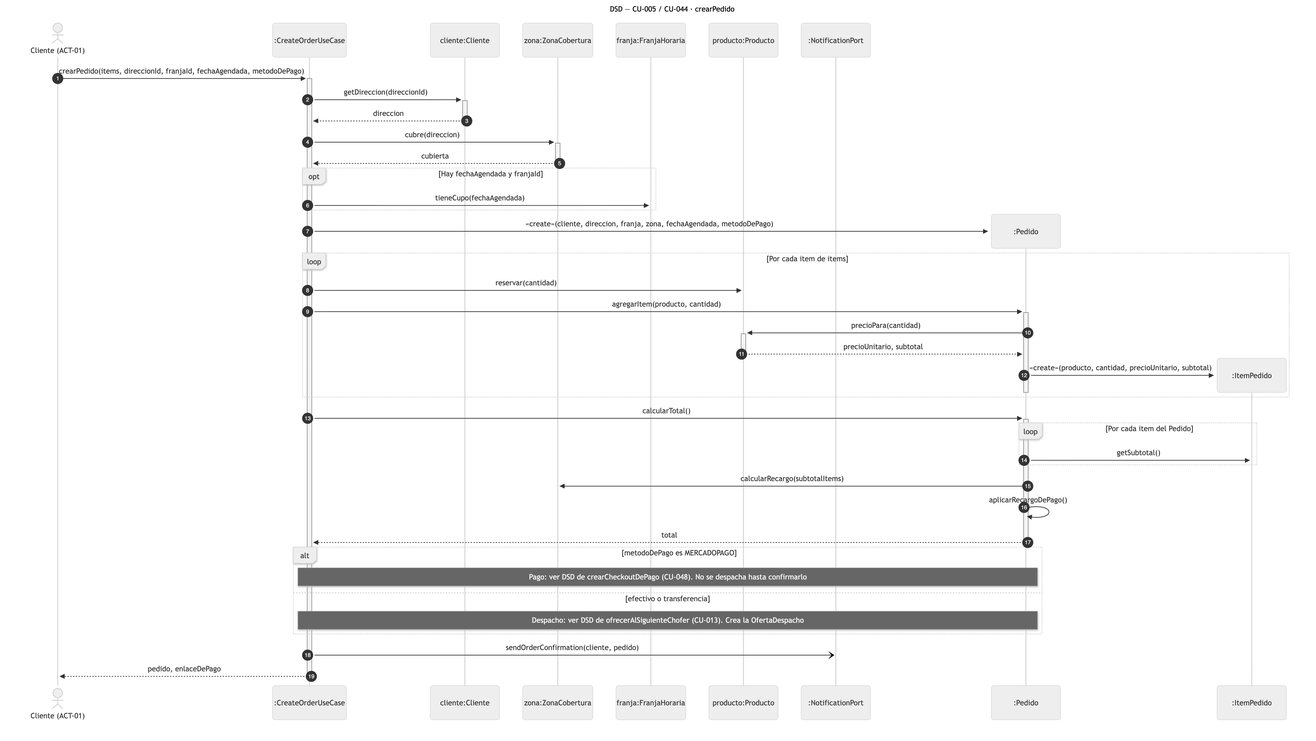
Above: diagramas/png/DSD_CU-005_CU-044_crearPedido.png in Nahuelito-Dev/splg-docs (Mermaid), before the change. Its source is kept beside it as diagramas/DSD_CU-005_CU-044_crearPedido.mmd. Source of this version:
```mermaid
sequenceDiagram
    title DSD — CU-005 / CU-044 · crearPedido
    autonumber
    actor CLI as Cliente (ACT-01)
    participant CRT as :CreateOrderUseCase
    participant CLE as cliente:Cliente
    participant ZON as zona:ZonaCobertura
    participant FRA as franja:FranjaHoraria
    participant PRO as producto:Producto
    participant NOT as :NotificationPort

    CLI->>+CRT: crearPedido(items, direccionId, franjaId, fechaAgendada, metodoDePago)
    CRT->>+CLE: getDireccion(direccionId)
    CLE-->>-CRT: direccion
    CRT->>+ZON: cubre(direccion)
    ZON-->>-CRT: cubierta
    opt Hay fechaAgendada y franjaId
        CRT->>FRA: tieneCupo(fechaAgendada)
    end
    create participant PED as :Pedido
    CRT->>PED: «create»(cliente, direccion, franja, zona, fechaAgendada, metodoDePago)
    loop Por cada item de items
        CRT->>PRO: reservar(cantidad)
        CRT->>+PED: agregarItem(producto, cantidad)
        PED->>+PRO: precioPara(cantidad)
        PRO-->>-PED: precioUnitario, subtotal
        create participant ITM as :ItemPedido
        PED->>ITM: «create»(producto, cantidad, precioUnitario, subtotal)
        deactivate PED
    end
    CRT->>+PED: calcularTotal()
    loop Por cada item del Pedido
        PED->>ITM: getSubtotal()
    end
    PED->>ZON: calcularRecargo(subtotalItems)
    PED->>PED: aplicarRecargoDePago()
    PED-->>-CRT: total
    alt metodoDePago es MERCADOPAGO
        Note over CRT,PED: Pago: ver DSD de crearCheckoutDePago (CU-048). No se despacha hasta confirmarlo
    else efectivo o transferencia
        Note over CRT,PED: Despacho: ver DSD de ofrecerAlSiguienteChofer (CU-013). Crea la OfertaDespacho
    end
    CRT-)NOT: sendOrderConfirmation(cliente, pedido)
    CRT-->>-CLI: pedido, enlaceDePago
```
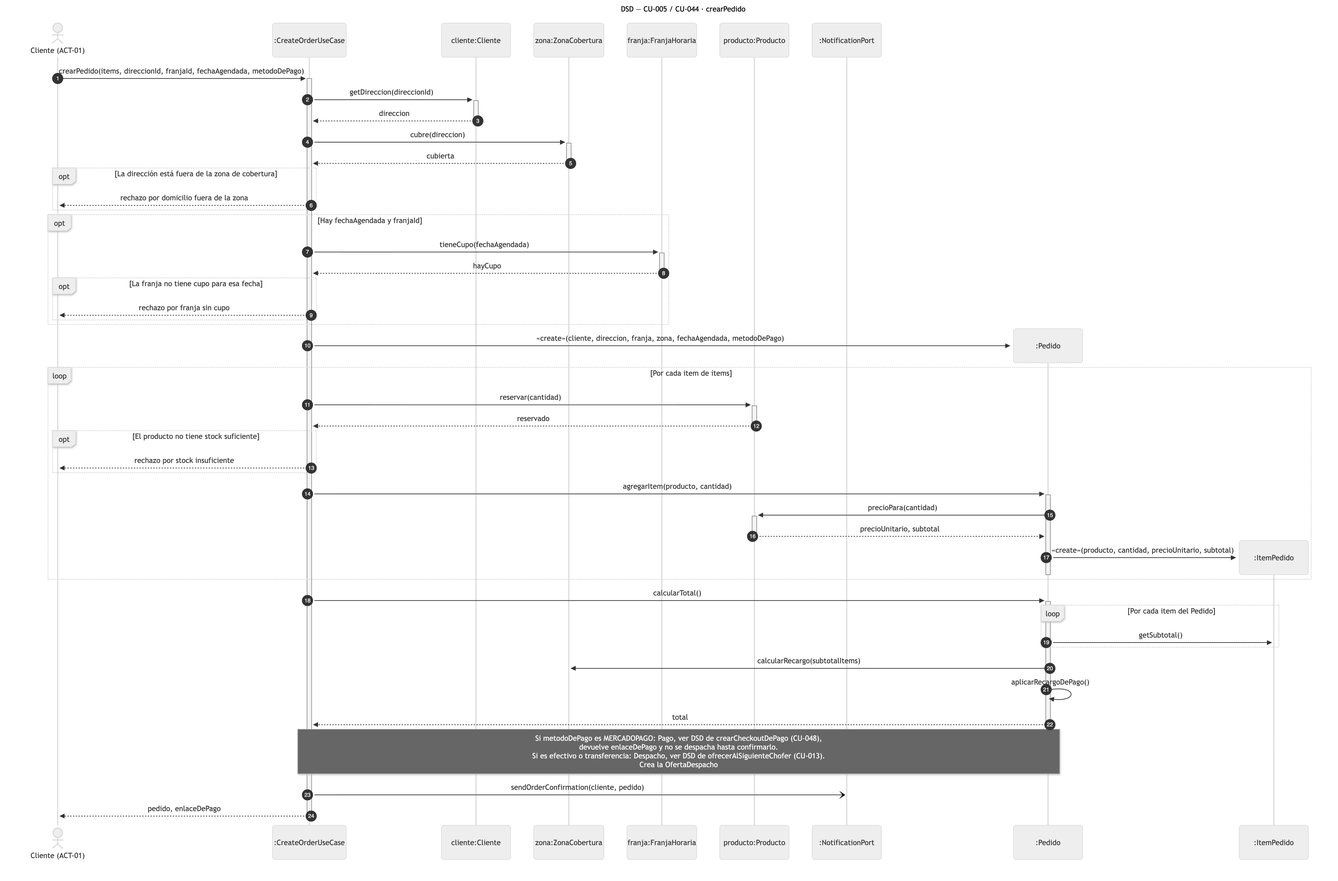
After the change.

The edit, as a diff of the source:
```diff
@@ -14,13 +14,24 @@
     CLE-->>-CRT: direccion
     CRT->>+ZON: cubre(direccion)
     ZON-->>-CRT: cubierta
+    opt La dirección está fuera de la zona de cobertura
+        CRT-->>CLI: rechazo por domicilio fuera de la zona
+    end
     opt Hay fechaAgendada y franjaId
-        CRT->>FRA: tieneCupo(fechaAgendada)
+        CRT->>+FRA: tieneCupo(fechaAgendada)
+        FRA-->>-CRT: hayCupo
+        opt La franja no tiene cupo para esa fecha
+            CRT-->>CLI: rechazo por franja sin cupo
+        end
     end
     create participant PED as :Pedido
     CRT->>PED: «create»(cliente, direccion, franja, zona, fechaAgendada, metodoDePago)
     loop Por cada item de items
-        CRT->>PRO: reservar(cantidad)
+        CRT->>+PRO: reservar(cantidad)
+        PRO-->>-CRT: reservado
+        opt El producto no tiene stock suficiente
+            CRT-->>CLI: rechazo por stock insuficiente
+        end
         CRT->>+PED: agregarItem(producto, cantidad)
         PED->>+PRO: precioPara(cantidad)
         PRO-->>-PED: precioUnitario, subtotal
@@ -35,10 +46,6 @@
     PED->>ZON: calcularRecargo(subtotalItems)
     PED->>PED: aplicarRecargoDePago()
     PED-->>-CRT: total
-    alt metodoDePago es MERCADOPAGO
-        Note over CRT,PED: Pago: ver DSD de crearCheckoutDePago (CU-048). No se despacha hasta confirmarlo
-    else efectivo o transferencia
-        Note over CRT,PED: Despacho: ver DSD de ofrecerAlSiguienteChofer (CU-013). Crea la OfertaDespacho
-    end
+    Note over CRT,PED: Si metodoDePago es MERCADOPAGO: Pago, ver DSD de crearCheckoutDePago (CU-048),<br/>devuelve enlaceDePago y no se despacha hasta confirmarlo.<br/>Si es efectivo o transferencia: Despacho, ver DSD de ofrecerAlSiguienteChofer (CU-013).<br/>Crea la OfertaDespacho
     CRT-)NOT: sendOrderConfirmation(cliente, pedido)
     CRT-->>-CLI: pedido, enlaceDePago
```
